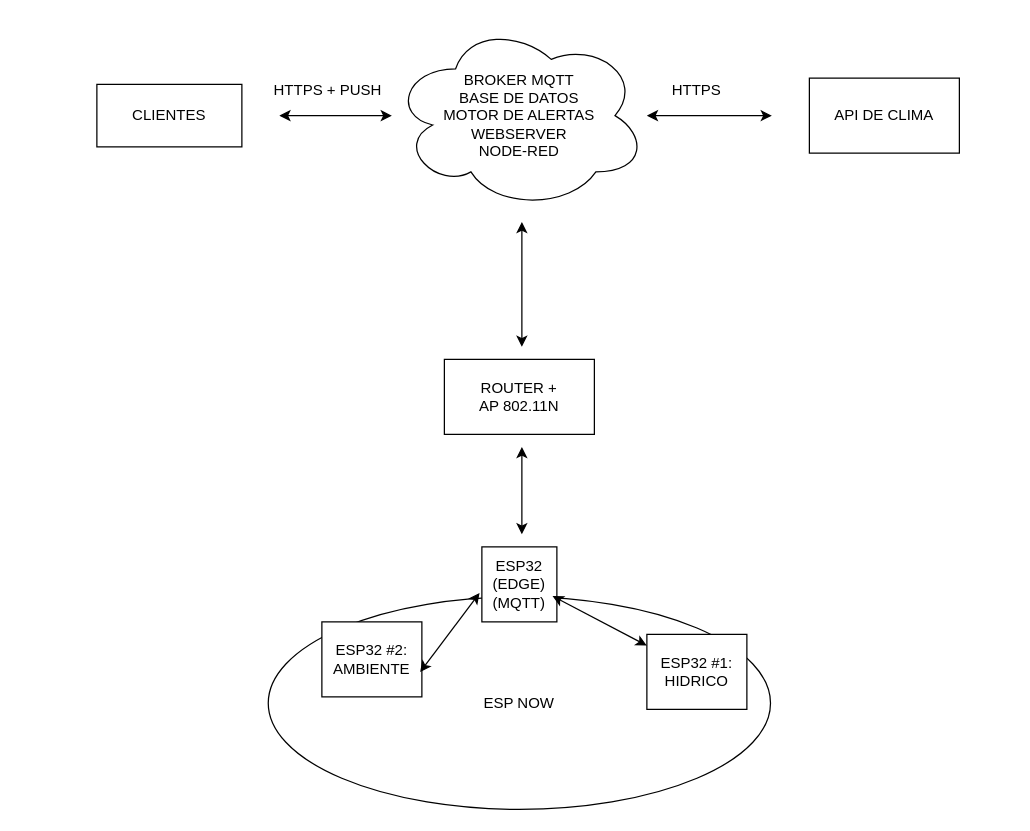
Before: lucianosalgado/arquitectura.drawio in zellsito/proxecto_novas_arquitecturas_grupo_5_2627, a draw.io diagram. Source tidied: cells renumbered, new cells numbered last; positions are measured from the earlier drawing's top-left corner, leaving out a move shared by most shapes. Both pictures are drawn from the tidied source at 125%, with x=0, y=0 at pixel (96, 21).
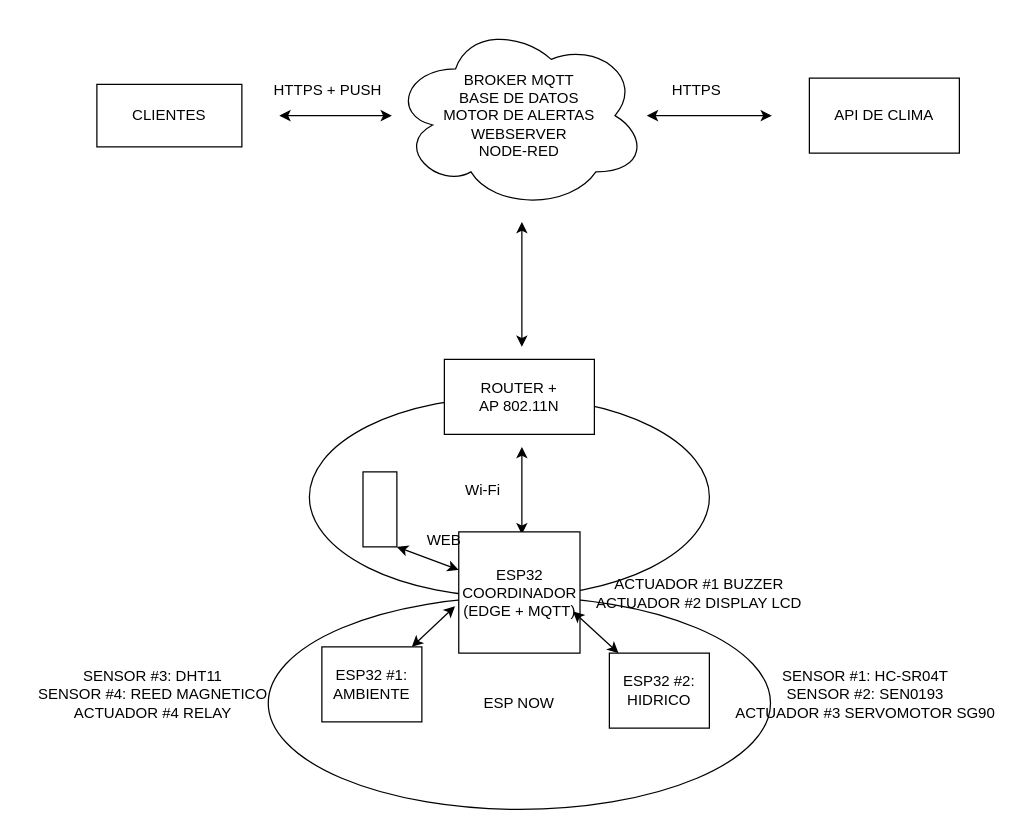
After the change.

What changed in the source:
```diff
@@
+    <mxCell id="18" style="ellipse;whiteSpace=wrap;html=1;shapeInside=1;" parent="1" vertex="1">
+      <mxGeometry x="170" y="300" width="320" height="160" as="geometry" />
+    </mxCell>
@@
-    <mxCell id="11" value="ESP32 (EDGE)&lt;div&gt;(MQTT)&lt;/div&gt;" style="whiteSpace=wrap;html=1;" parent="1" vertex="1">
-      <mxGeometry x="308" y="420" width="60" height="60" as="geometry" />
+    <mxCell id="11" value="ESP32 COORDINADOR (EDGE + MQTT)" style="whiteSpace=wrap;html=1;" parent="1" vertex="1">
+      <mxGeometry x="289.5" y="408" width="97" height="97" as="geometry" />
     </mxCell>
-    <mxCell id="12" value="ESP32 #1: HIDRICO" style="rounded=0;whiteSpace=wrap;html=1;" parent="1" vertex="1">
-      <mxGeometry x="440" y="490" width="80" height="60" as="geometry" />
+    <mxCell id="12" value="ESP32 #2: HIDRICO" style="rounded=0;whiteSpace=wrap;html=1;" parent="1" vertex="1">
+      <mxGeometry x="410" y="505" width="80" height="60" as="geometry" />
     </mxCell>
-    <mxCell id="13" value="ESP32 #2: AMBIENTE" style="rounded=0;whiteSpace=wrap;html=1;" parent="1" vertex="1">
-      <mxGeometry x="180" y="480" width="80" height="60" as="geometry" />
+    <mxCell id="13" value="ESP32 #1: AMBIENTE" style="rounded=0;whiteSpace=wrap;html=1;" parent="1" vertex="1">
+      <mxGeometry x="180" y="500" width="80" height="60" as="geometry" />
     </mxCell>
@@
-    <mxCell id="15" style="endArrow=classic;startArrow=classic;html=1;rounded=0;defaultLabelBackgroundColor=page;labelPadding=0 4;exitX=0.983;exitY=0.669;exitDx=0;exitDy=0;exitPerimeter=0;entryX=-0.031;entryY=0.614;entryDx=0;entryDy=0;entryPerimeter=0;" parent="1" edge="1" source="13" target="11">
+    <mxCell id="15" style="endArrow=classic;startArrow=classic;html=1;rounded=0;defaultLabelBackgroundColor=page;labelPadding=0 4;entryX=-0.031;entryY=0.614;entryDx=0;entryDy=0;entryPerimeter=0;" parent="1" edge="1" source="13" target="11">
       <mxGeometry relative="1" as="geometry" />
     </mxCell>
@@
+    <mxCell id="19" style="rounded=0;whiteSpace=wrap;html=1;" parent="1" vertex="1">
+      <mxGeometry x="212.9" y="360" width="27.1" height="60" as="geometry" />
+    </mxCell>
+    <mxCell id="20" style="endArrow=classic;startArrow=classic;html=1;rounded=0;defaultLabelBackgroundColor=page;labelPadding=0 4;entryX=1;entryY=1;entryDx=0;entryDy=0;" parent="1" edge="1" source="11" target="19">
+      <mxGeometry relative="1" as="geometry" />
+    </mxCell>
+    <mxCell id="21" value="WEB" style="text;html=1;whiteSpace=wrap;strokeColor=none;fillColor=none;align=center;verticalAlign=middle;rounded=0;" parent="1" vertex="1">
+      <mxGeometry x="248" y="400" width="60" height="30" as="geometry" />
+    </mxCell>
+    <mxCell id="22" value="ACTUADOR #1 BUZZER&lt;br&gt;ACTUADOR #2 DISPLAY LCD" style="text;html=1;whiteSpace=wrap;strokeColor=none;fillColor=none;align=center;verticalAlign=middle;rounded=0;" parent="1" vertex="1">
+      <mxGeometry x="386.5" y="436.5" width="190" height="40" as="geometry" />
+    </mxCell>
+    <mxCell id="23" value="SENSOR #1: HC-SR04T&lt;div&gt;SENSOR #2: SEN0193&lt;br&gt;ACTUADOR #3 SERVOMOTOR SG90&lt;/div&gt;&lt;div&gt;&lt;br&gt;&lt;/div&gt;" style="text;html=1;whiteSpace=wrap;strokeColor=none;fillColor=none;align=center;verticalAlign=middle;rounded=0;" parent="1" vertex="1">
+      <mxGeometry x="500" y="510" width="230" height="70" as="geometry" />
+    </mxCell>
+    <mxCell id="24" value="SENSOR #3: DHT11&lt;div&gt;SENSOR #4: REED MAGNETICO&lt;br&gt;ACTUADOR #4 RELAY&lt;/div&gt;&lt;div&gt;&lt;br&gt;&lt;/div&gt;" style="text;html=1;whiteSpace=wrap;strokeColor=none;fillColor=none;align=center;verticalAlign=middle;rounded=0;" parent="1" vertex="1">
+      <mxGeometry x="-60" y="510" width="210" height="70" as="geometry" />
+    </mxCell>
+    <mxCell id="25" value="Wi-Fi" style="text;html=1;whiteSpace=wrap;strokeColor=none;fillColor=none;align=center;verticalAlign=middle;rounded=0;" parent="1" vertex="1">
+      <mxGeometry x="284" y="360" width="50" height="30" as="geometry" />
+    </mxCell>
```
